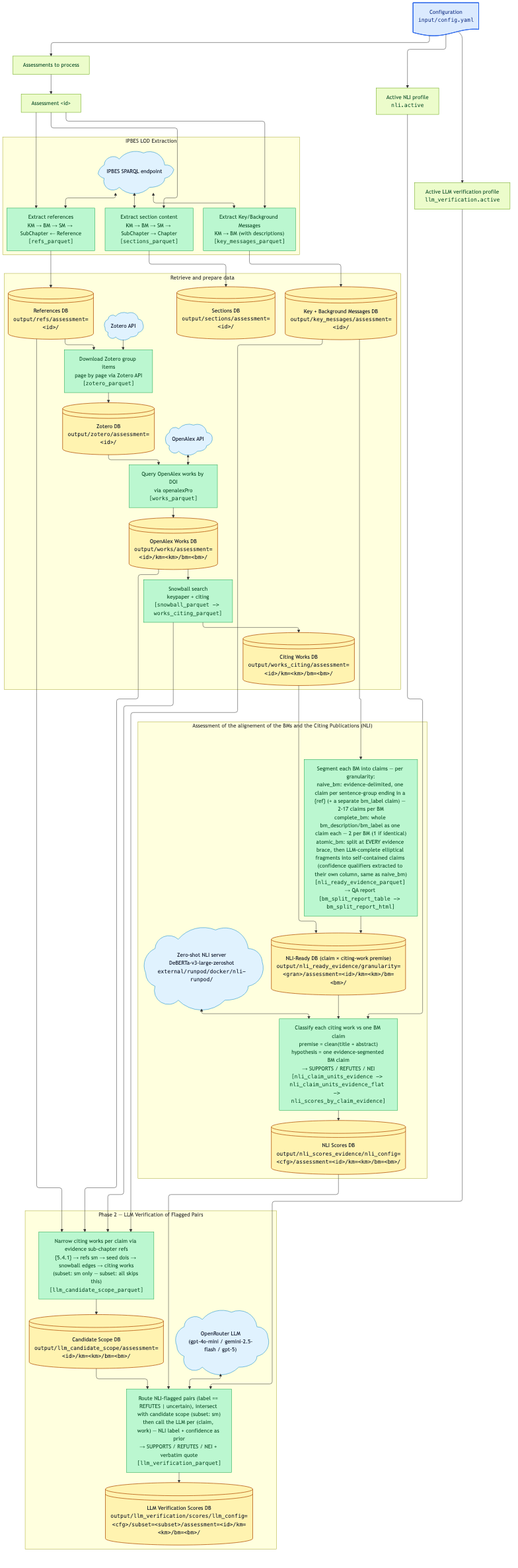
This is output/figures/workflow_nli.png from IPBES-Data/IPBES_BM_Fact_Checker, a Mermaid export, as it was before one commit. Its source is kept beside it as input/mmd/workflow_nli.mmd. The source it was exported from:
```mermaid
---
config:
  layout: elk
  elk:
    nodePlacementStrategy: BRANDES_KOEPF
---
flowchart TD

  config_file@{ shape: doc, label: "Configuration <br><tt>input/config.yaml</tt>" }
  assessment_list@{ shape: rect, label: "Assessments to process" }
  assessment_id@{ shape: rect, label: "Assessment &lt;id&gt;" }
  nli_active@{ shape: rect, label: "Active NLI profile<br/><tt>nli.active</tt>" }

  config_file --> assessment_list
  assessment_list --> assessment_id
  assessment_id --> build_refs

  subgraph lod["IPBES LOD Extraction"]
    direction TB

    sparql@{ shape: cloud, label: "IPBES SPARQL endpoint" }
    build_refs@{ shape: rect, label: "Extract references<br/>KM → BM → SM → SubChapter ← Reference<br/><tt>[refs_parquet]</tt>" }
    build_sections@{ shape: rect, label: "Extract section content<br/>KM → BM → SM → SubChapter → Chapter<br/><tt>[sections_parquet]</tt>" }
    build_key_messages@{ shape: rect, label: "Extract Key/Background Messages<br/>KM → BM (with descriptions)<br/><tt>[key_messages_parquet]</tt>" }

    sparql <--> build_refs
    sparql <--> build_sections
    sparql <--> build_key_messages
  end

  assessment_id --> build_sections
  assessment_id --> build_key_messages

  subgraph data["Retrieve and prepare data"]
    direction TD

    refs_db@{ shape: lin-cyl, label: "References DB<br/><tt>output/refs/assessment=&lt;id&gt;/</tt>" }
    sections_db@{ shape: lin-cyl, label: "Sections DB<br/><tt>output/sections/assessment=&lt;id&gt;/</tt>" }
    key_messages_db@{ shape: lin-cyl, label: "Key + Background Messages DB<br/><tt>output/key_messages/assessment=&lt;id&gt;/</tt>" }
    zotero_api@{ shape: cloud, label: "Zotero API" }
    zotero_db@{ shape: lin-cyl, label: "Zotero DB<br/><tt>output/zotero/assessment=&lt;id&gt;/</tt>" }
    openalex@{ shape: cloud, label: "OpenAlex API" }
    works_db@{ shape: lin-cyl, label: "OpenAlex Works DB<br/><tt>output/works/assessment=&lt;id&gt;/km=&lt;km&gt;/bm=&lt;bm&gt;/</tt>" }
    citing_db@{ shape: lin-cyl, label: "Citing Works DB<br/><tt>output/works_citing/assessment=&lt;id&gt;/km=&lt;km&gt;/bm=&lt;bm&gt;/</tt>" }
    download_zotero@{ shape: rect, label: "Download Zotero group items<br/>page by page via Zotero API<br/><tt>[zotero_parquet]</tt>" }
    download_works@{ shape: rect, label: "Query OpenAlex works by DOI<br/>via openalexPro<br/><tt>[works_parquet]</tt>" }
    snowball@{ shape: rect, label: "Snowball search<br/>keypaper + citing<br/><tt>[snowball_parquet -> works_citing_parquet]</tt>" }

    build_refs        --> refs_db
    build_sections    --> sections_db
    build_key_messages --> key_messages_db

    refs_db --> download_zotero
    zotero_api --> download_zotero
    download_zotero --> zotero_db

    zotero_db --> download_works
    openalex <--> download_works
    download_works --> works_db

    works_db --> snowball
    snowball --> citing_db
  end

  subgraph nli_assessment["Assessment of the alignement of the BMs and the Citing Publications (NLI)"]
    direction TB

    nli_segment@{ shape: rect, label: "Segment each BM into claims — per granularity:<br/>naive_bm: evidence-delimited, one claim per sentence-group ending in a {ref} (+ a separate bm_label claim) — 2-17 claims per BM<br/>complete_bm: whole bm_description/bm_label as one claim each — 2 per BM (1 if identical)<br/>atomic_bm: split at EVERY evidence brace, then LLM-complete elliptical fragments into self-contained claims (confidence qualifiers extracted to their own column, same as naive_bm)<br/><tt>[nli_ready_evidence_parquet]</tt> → QA report <tt>[bm_split_report_table -> bm_split_report_html]</tt>" }
    nli_ready_db@{ shape: lin-cyl, label: "NLI-Ready DB (claim × citing-work premise)<br/><tt>output/nli_ready_evidence/granularity=&lt;gran&gt;/assessment=&lt;id&gt;/km=&lt;km&gt;/bm=&lt;bm&gt;/</tt>" }
    nli_server@{ shape: cloud, label: "Zero-shot NLI server<br/>DeBERTa-v3-large-zeroshot<br/><tt>external/runpod/docker/nli-runpod/</tt>" }
    nli_scoring@{ shape: rect, label: "Classify each citing work vs one BM claim<br/>premise = clean(title + abstract)<br/>hypothesis = one evidence-segmented BM claim<br/>→ SUPPORTS / REFUTES / NEI<br/><tt>[nli_claim_units_evidence -> nli_claim_units_evidence_flat -> nli_scores_by_claim_evidence]</tt>" }
    nli_scores_db@{ shape: lin-cyl, label: "NLI Scores DB<br/><tt>output/nli_scores_evidence/nli_config=&lt;cfg&gt;/assessment=&lt;id&gt;/km=&lt;km&gt;/bm=&lt;bm&gt;/</tt>" }

    nli_segment --> nli_ready_db
    nli_ready_db --> nli_scoring
    nli_server <--> nli_scoring
    nli_scoring --> nli_scores_db
  end

  key_messages_db --> nli_segment
  citing_db --> nli_ready_db

  config_file --> nli_active
  nli_active --> nli_scoring

  data --> nli_assessment

  subgraph llm_verification["Phase 2 — LLM Verification of Flagged Pairs"]
    direction TB

    llm_scope@{ shape: rect, label: "Narrow citing works per claim via evidence sub-chapter refs<br/>{5.4.1} → refs sm → seed dois → snowball edges → citing works<br/>(subset: sm only — subset: all skips this)<br/><tt>[llm_candidate_scope_parquet]</tt>" }
    llm_scope_db@{ shape: lin-cyl, label: "Candidate Scope DB<br/><tt>output/llm_candidate_scope/assessment=&lt;id&gt;/km=&lt;km&gt;/bm=&lt;bm&gt;/</tt>" }
    llm_server@{ shape: cloud, label: "OpenRouter LLM<br/>(gpt-4o-mini / gemini-2.5-flash / gpt-5)" }
    llm_verify@{ shape: rect, label: "Route NLI-flagged pairs (label == REFUTES | uncertain), intersect with candidate scope (subset: sm)<br/>then call the LLM per (claim, work) — NLI label + confidence as prior<br/>→ SUPPORTS / REFUTES / NEI + verbatim quote<br/><tt>[llm_verification_parquet]</tt>" }
    llm_scores_db@{ shape: lin-cyl, label: "LLM Verification Scores DB<br/><tt>output/llm_verification/scores/llm_config=&lt;cfg&gt;/subset=&lt;subset&gt;/assessment=&lt;id&gt;/km=&lt;km&gt;/bm=&lt;bm&gt;/</tt>" }

    llm_scope --> llm_scope_db
    llm_scope_db --> llm_verify
    llm_server <--> llm_verify
    llm_verify --> llm_scores_db
  end

  llm_active@{ shape: rect, label: "Active LLM verification profile<br/><tt>llm_verification.active</tt>" }
  config_file --> llm_active
  llm_active --> llm_verify

  nli_scores_db --> llm_verify
  key_messages_db --> llm_scope
  refs_db --> llm_scope
  works_db --> llm_scope
  snowball --> llm_scope

  nli_assessment --> llm_verification

  classDef input_file  fill:#dbeafe,stroke:#2563eb,color:#1e3a8a,stroke-width:1.5px;
  classDef config      fill:#ecfccb,stroke:#65a30d,color:#14532d,stroke-width:1px;
  classDef database    fill:#fff3b0,stroke:#b45309,color:#111827,stroke-width:1.5px;
  classDef processing  fill:#bbf7d0,stroke:#16a34a,color:#14532d,stroke-width:1px;
  classDef helper      fill:#e0f2fe,stroke:#0284c7,color:#0f172a,stroke-width:1px;
  classDef disabled    fill:#f1f5f9,stroke:#94a3b8,color:#64748b,stroke-width:1px,stroke-dasharray:4 3;

  linkStyle 27 stroke:transparent,fill:none;
  linkStyle 39 stroke:transparent,fill:none;

  class config_file input_file;
  class assessment_list,assessment_id,nli_active,llm_active config;
  class citing_db,refs_db,sections_db,key_messages_db,zotero_db,works_db,nli_ready_db,nli_scores_db,llm_scope_db,llm_scores_db database;
  class build_refs,build_sections,build_key_messages,download_zotero,download_works,snowball,nli_scoring,nli_segment,llm_scope,llm_verify processing;
  class sparql,zotero_api,openalex,nli_server,llm_server helper;
```
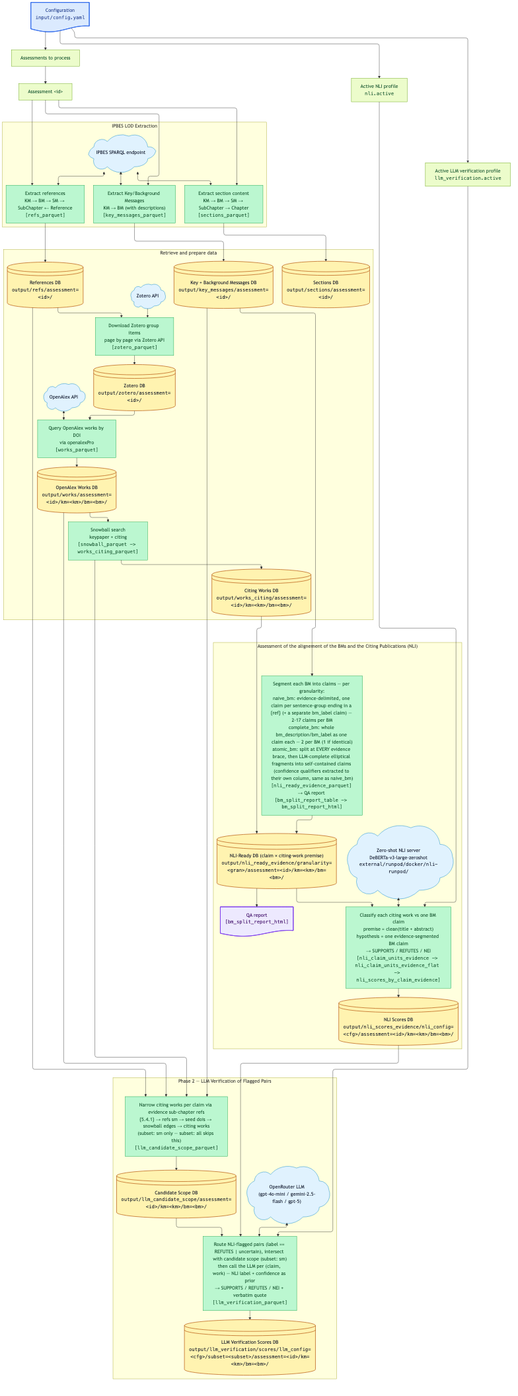
The same diagram one commit later.

Commit message:
Add QA split report node to workflow diagram

Change to the diagram source:
```diff
@@ -70,11 +70,13 @@
     nli_server@{ shape: cloud, label: "Zero-shot NLI server<br/>DeBERTa-v3-large-zeroshot<br/><tt>external/runpod/docker/nli-runpod/</tt>" }
     nli_scoring@{ shape: rect, label: "Classify each citing work vs one BM claim<br/>premise = clean(title + abstract)<br/>hypothesis = one evidence-segmented BM claim<br/>→ SUPPORTS / REFUTES / NEI<br/><tt>[nli_claim_units_evidence -> nli_claim_units_evidence_flat -> nli_scores_by_claim_evidence]</tt>" }
     nli_scores_db@{ shape: lin-cyl, label: "NLI Scores DB<br/><tt>output/nli_scores_evidence/nli_config=&lt;cfg&gt;/assessment=&lt;id&gt;/km=&lt;km&gt;/bm=&lt;bm&gt;/</tt>" }
+    qa_bm_split@{ shape: doc, label: "QA report<br/><tt>[bm_split_report_html]</tt>" }
 
     nli_segment --> nli_ready_db
     nli_ready_db --> nli_scoring
     nli_server <--> nli_scoring
     nli_scoring --> nli_scores_db
+    nli_ready_db --> qa_bm_split
   end
 
   key_messages_db --> nli_segment
@@ -118,12 +120,14 @@
   classDef processing  fill:#bbf7d0,stroke:#16a34a,color:#14532d,stroke-width:1px;
   classDef helper      fill:#e0f2fe,stroke:#0284c7,color:#0f172a,stroke-width:1px;
   classDef disabled    fill:#f1f5f9,stroke:#94a3b8,color:#64748b,stroke-width:1px,stroke-dasharray:4 3;
+  classDef qa_report   fill:#ede9fe,stroke:#7c3aed,color:#3b0764,stroke-width:1.5px;
 
-  linkStyle 27 stroke:transparent,fill:none;
-  linkStyle 39 stroke:transparent,fill:none;
+  linkStyle 28 stroke:transparent,fill:none;
+  linkStyle 40 stroke:transparent,fill:none;
 
   class config_file input_file;
   class assessment_list,assessment_id,nli_active,llm_active config;
   class citing_db,refs_db,sections_db,key_messages_db,zotero_db,works_db,nli_ready_db,nli_scores_db,llm_scope_db,llm_scores_db database;
   class build_refs,build_sections,build_key_messages,download_zotero,download_works,snowball,nli_scoring,nli_segment,llm_scope,llm_verify processing;
   class sparql,zotero_api,openalex,nli_server,llm_server helper;
+  class qa_bm_split qa_report;
```
